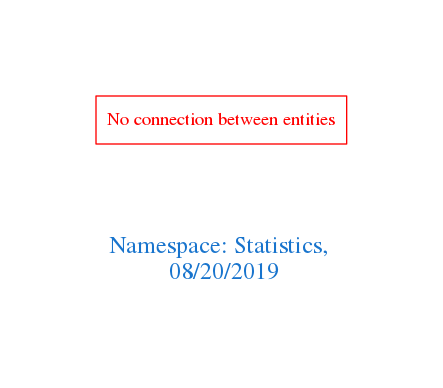
Before: downloads/Statistics.png, a diagram exported from Graphviz (arago/OGIT). Its source is kept beside it as downloads/Statistics.dot.
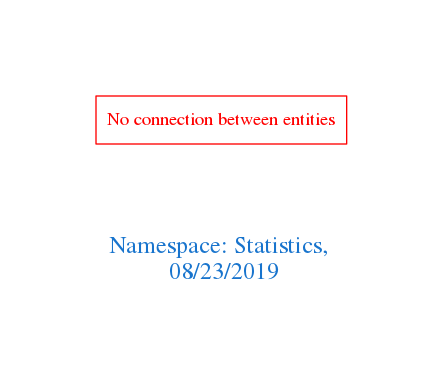
The same diagram one commit later.

Diff of the diagram source:
```diff
@@ -1,7 +1,7 @@
 digraph OGIT_ontology {
  graph [ rankdir= LR,pad=1
 fontsize = 18,
-fontcolor= dodgerblue3,label = "\n\n\nNamespace: Statistics, \n 08/20/2019"];
+fontcolor= dodgerblue3,label = "\n\n\nNamespace: Statistics, \n 08/23/2019"];
 node[shape=polygon];
 edge [  color="gray81"];
 
```
